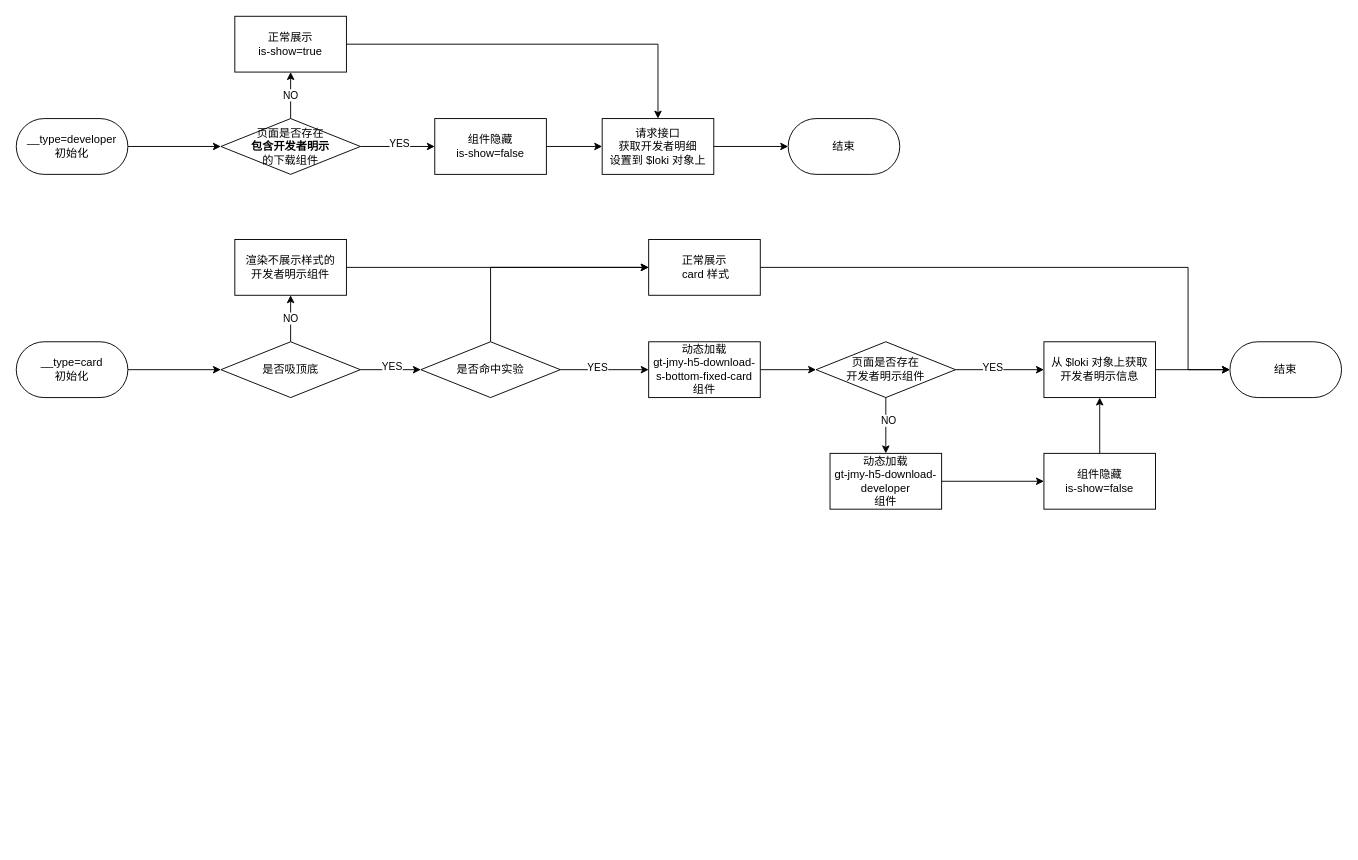
The draw.io diagram 下载吸底.drawio in qqqqqcy/processon, before the edit. Source tidied: cells renumbered, new cells numbered last; positions are measured from the earlier drawing's top-left corner, leaving out a move shared by most shapes. Both pictures are drawn from the tidied source at 93%, with x=0, y=0 at pixel (16, 16).
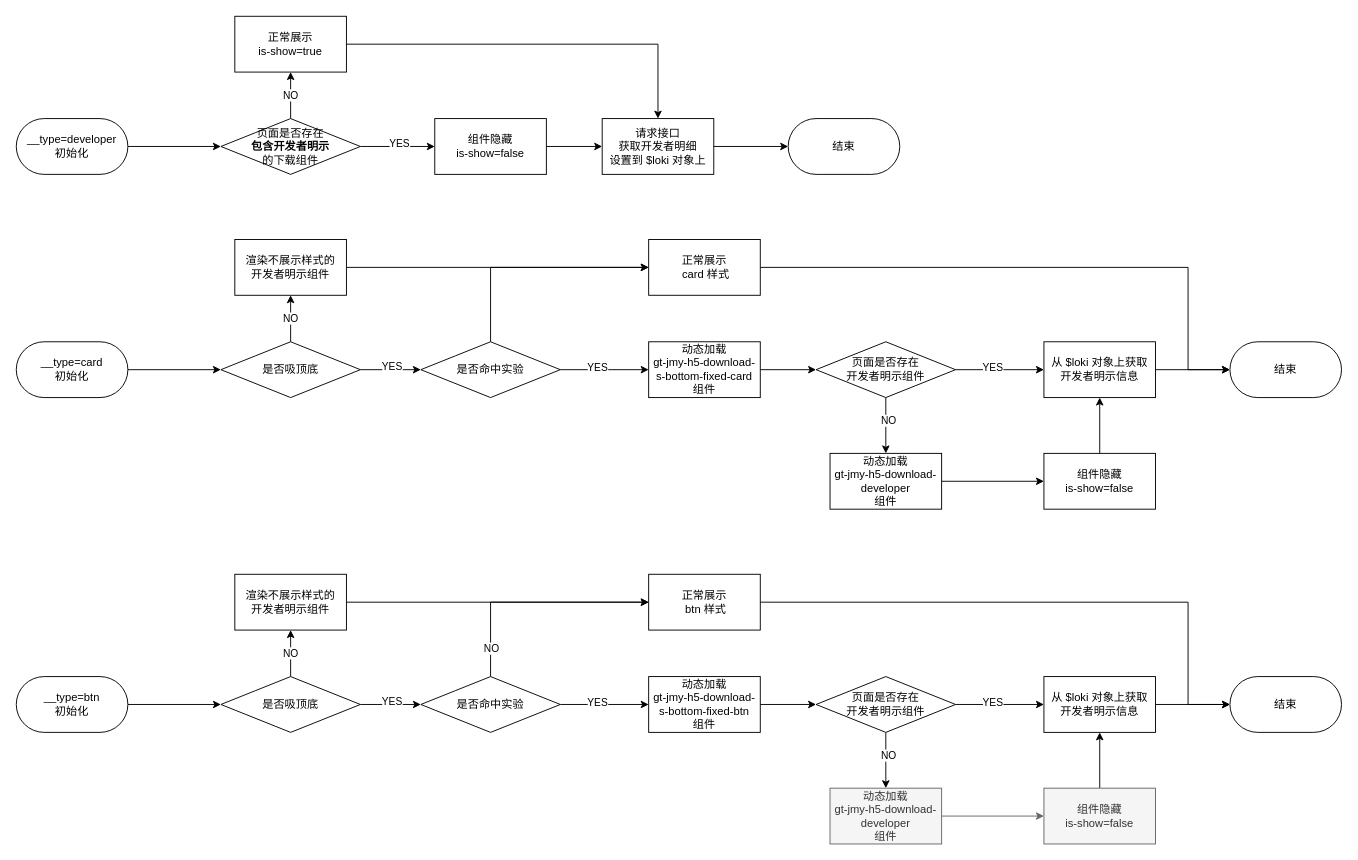
The same diagram, later.

Commit message:
新增下载吸底按钮.drawio

The edit, as a diff of the source:
```diff
@@
+    <mxCell id="43" style="edgeStyle=orthogonalEdgeStyle;rounded=0;jettySize=auto;html=1;" parent="1" edge="1" source="44" target="48">
+      <mxGeometry relative="1" as="geometry" />
+    </mxCell>
+    <mxCell id="44" value="__type=btn&lt;br&gt;初始化" style="rounded=1;whiteSpace=wrap;html=1;arcSize=50;" parent="1" vertex="1">
+      <mxGeometry y="710" width="120" height="60" as="geometry" />
+    </mxCell>
+    <mxCell id="45" style="edgeStyle=orthogonalEdgeStyle;rounded=0;jettySize=auto;html=1;entryX=0;entryY=0.5;entryDx=0;entryDy=0;" parent="1" edge="1" source="48" target="55">
+      <mxGeometry relative="1" as="geometry" />
+    </mxCell>
+    <mxCell id="46" value="YES" style="edgeLabel;html=1;align=center;verticalAlign=middle;" parent="45" vertex="1">
+      <mxGeometry x="0.03" y="4" relative="1" as="geometry" />
+    </mxCell>
+    <mxCell id="47" value="NO&lt;br&gt;" style="edgeStyle=orthogonalEdgeStyle;rounded=0;jettySize=auto;html=1;" parent="1" edge="1" source="48" target="50">
+      <mxGeometry relative="1" as="geometry">
+        <Array as="points">
+          <mxPoint x="295" y="650" />
+        </Array>
+      </mxGeometry>
+    </mxCell>
+    <mxCell id="48" value="是否吸顶底&lt;span&gt;&lt;br&gt;&lt;/span&gt;" style="rhombus;whiteSpace=wrap;html=1;rounded=1;arcSize=0;" parent="1" vertex="1">
+      <mxGeometry x="220" y="710" width="150" height="60" as="geometry" />
+    </mxCell>
+    <mxCell id="49" style="edgeStyle=orthogonalEdgeStyle;rounded=0;jettySize=auto;html=1;entryX=0;entryY=0.5;entryDx=0;entryDy=0;" parent="1" edge="1" source="50" target="59">
+      <mxGeometry relative="1" as="geometry" />
+    </mxCell>
+    <mxCell id="50" value="渲染不展示样式的&lt;br&gt;开发者明示组件" style="whiteSpace=wrap;html=1;rounded=1;arcSize=0;" parent="1" vertex="1">
+      <mxGeometry x="235" y="600" width="120" height="60" as="geometry" />
+    </mxCell>
+    <mxCell id="51" style="edgeStyle=orthogonalEdgeStyle;rounded=0;jettySize=auto;html=1;" parent="1" edge="1" source="55" target="57">
+      <mxGeometry relative="1" as="geometry" />
+    </mxCell>
+    <mxCell id="52" value="YES" style="edgeLabel;html=1;align=center;verticalAlign=middle;" parent="51" vertex="1">
+      <mxGeometry x="-0.17" y="3" relative="1" as="geometry" />
+    </mxCell>
+    <mxCell id="53" style="edgeStyle=orthogonalEdgeStyle;rounded=0;jettySize=auto;html=1;entryX=0;entryY=0.5;entryDx=0;entryDy=0;" parent="1" edge="1" source="55" target="59">
+      <mxGeometry relative="1" as="geometry">
+        <Array as="points">
+          <mxPoint x="510" y="630" />
+        </Array>
+      </mxGeometry>
+    </mxCell>
+    <mxCell id="54" value="NO" style="edgeLabel;html=1;align=center;verticalAlign=middle;" parent="53" vertex="1">
+      <mxGeometry x="-0.58" relative="1" as="geometry">
+        <mxPoint y="22" as="offset" />
+      </mxGeometry>
+    </mxCell>
+    <mxCell id="55" value="&lt;span&gt;是否命中实验&lt;br&gt;&lt;/span&gt;" style="rhombus;whiteSpace=wrap;html=1;rounded=1;arcSize=0;" parent="1" vertex="1">
+      <mxGeometry x="435" y="710" width="150" height="60" as="geometry" />
+    </mxCell>
+    <mxCell id="56" style="edgeStyle=orthogonalEdgeStyle;rounded=0;jettySize=auto;html=1;" parent="1" edge="1" source="57" target="64">
+      <mxGeometry relative="1" as="geometry" />
+    </mxCell>
+    <mxCell id="57" value="动态加载&lt;br&gt;gt-jmy-h5-download-s-bottom-fixed-btn&lt;br&gt;组件" style="whiteSpace=wrap;html=1;rounded=1;arcSize=0;" parent="1" vertex="1">
+      <mxGeometry x="680" y="710" width="120" height="60" as="geometry" />
+    </mxCell>
+    <mxCell id="58" style="edgeStyle=orthogonalEdgeStyle;rounded=0;jettySize=auto;html=1;entryX=0;entryY=0.5;entryDx=0;entryDy=0;" parent="1" edge="1" source="59" target="71">
+      <mxGeometry relative="1" as="geometry">
+        <Array as="points">
+          <mxPoint x="1260" y="630" />
+          <mxPoint x="1260" y="740" />
+        </Array>
+      </mxGeometry>
+    </mxCell>
+    <mxCell id="59" value="正常展示&lt;br&gt;&amp;nbsp;btn 样式" style="whiteSpace=wrap;html=1;rounded=1;arcSize=0;" parent="1" vertex="1">
+      <mxGeometry x="680" y="600" width="120" height="60" as="geometry" />
+    </mxCell>
+    <mxCell id="60" style="edgeStyle=orthogonalEdgeStyle;rounded=0;jettySize=auto;html=1;" parent="1" edge="1" source="64" target="66">
+      <mxGeometry relative="1" as="geometry" />
+    </mxCell>
+    <mxCell id="61" value="YES" style="edgeLabel;html=1;align=center;verticalAlign=middle;" parent="60" vertex="1">
+      <mxGeometry x="-0.17" y="3" relative="1" as="geometry" />
+    </mxCell>
+    <mxCell id="62" style="edgeStyle=orthogonalEdgeStyle;rounded=0;jettySize=auto;html=1;" parent="1" edge="1" source="64" target="68">
+      <mxGeometry relative="1" as="geometry" />
+    </mxCell>
+    <mxCell id="63" value="NO" style="edgeLabel;html=1;align=center;verticalAlign=middle;" parent="62" vertex="1">
+      <mxGeometry x="-0.19" y="2" relative="1" as="geometry" />
+    </mxCell>
+    <mxCell id="64" value="&lt;span&gt;页面是否存在&lt;br&gt;开发者明示组件&lt;br&gt;&lt;/span&gt;" style="rhombus;whiteSpace=wrap;html=1;rounded=1;arcSize=0;" parent="1" vertex="1">
+      <mxGeometry x="860" y="710" width="150" height="60" as="geometry" />
+    </mxCell>
+    <mxCell id="65" style="edgeStyle=orthogonalEdgeStyle;rounded=0;jettySize=auto;html=1;" parent="1" edge="1" source="66" target="71">
+      <mxGeometry relative="1" as="geometry" />
+    </mxCell>
+    <mxCell id="66" value="从 $loki 对象上获取&lt;br&gt;开发者明示信息" style="whiteSpace=wrap;html=1;rounded=1;arcSize=0;" parent="1" vertex="1">
+      <mxGeometry x="1105" y="710" width="120" height="60" as="geometry" />
+    </mxCell>
+    <mxCell id="67" style="edgeStyle=orthogonalEdgeStyle;rounded=0;jettySize=auto;html=1;fillColor=#f5f5f5;strokeColor=#666666;" parent="1" edge="1" source="68" target="70">
+      <mxGeometry relative="1" as="geometry" />
+    </mxCell>
+    <mxCell id="68" value="动态加载&lt;br&gt;gt-jmy-h5-download-developer&lt;br&gt;组件" style="whiteSpace=wrap;html=1;rounded=1;arcSize=0;fillColor=#f5f5f5;fontColor=#333333;strokeColor=#666666;" parent="1" vertex="1">
+      <mxGeometry x="875" y="830" width="120" height="60" as="geometry" />
+    </mxCell>
+    <mxCell id="69" style="edgeStyle=orthogonalEdgeStyle;rounded=0;jettySize=auto;html=1;" parent="1" edge="1" source="70" target="66">
+      <mxGeometry relative="1" as="geometry" />
+    </mxCell>
+    <mxCell id="70" value="组件隐藏&lt;br&gt;is-show=false" style="whiteSpace=wrap;html=1;rounded=1;arcSize=0;fillColor=#f5f5f5;fontColor=#333333;strokeColor=#666666;" parent="1" vertex="1">
+      <mxGeometry x="1105" y="830" width="120" height="60" as="geometry" />
+    </mxCell>
+    <mxCell id="71" value="结束" style="whiteSpace=wrap;html=1;rounded=1;arcSize=50;" parent="1" vertex="1">
+      <mxGeometry x="1305" y="710" width="120" height="60" as="geometry" />
+    </mxCell>
```
